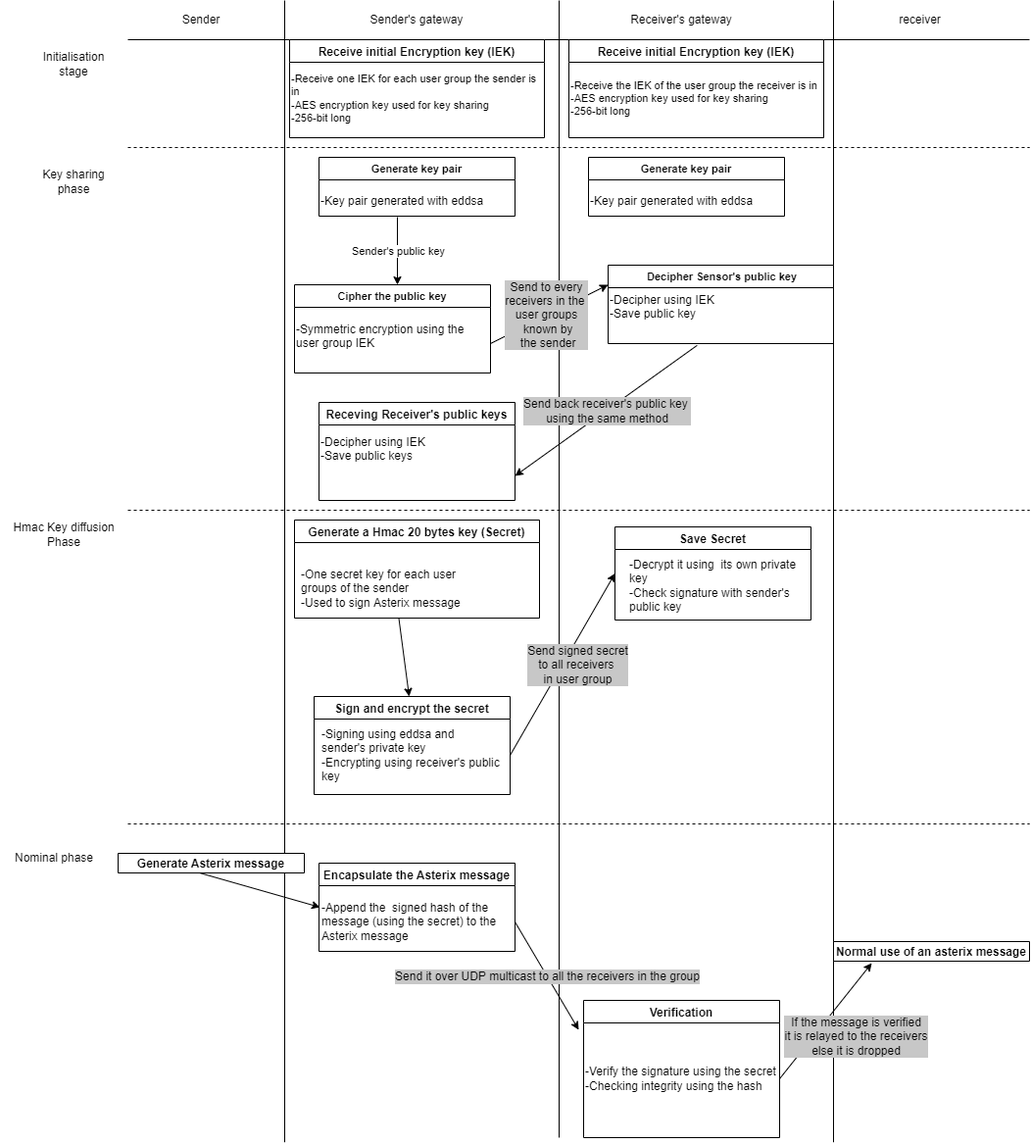
KirrimK/ASTERIX_cat0_sec_layer keeps this draw.io diagram as schema/AsterixPOCschema.drawio.png. Above is the earlier version. Source tidied: cells renumbered, new cells last; positions are measured from the earlier drawing's top-left corner, leaving out a move shared by most shapes.
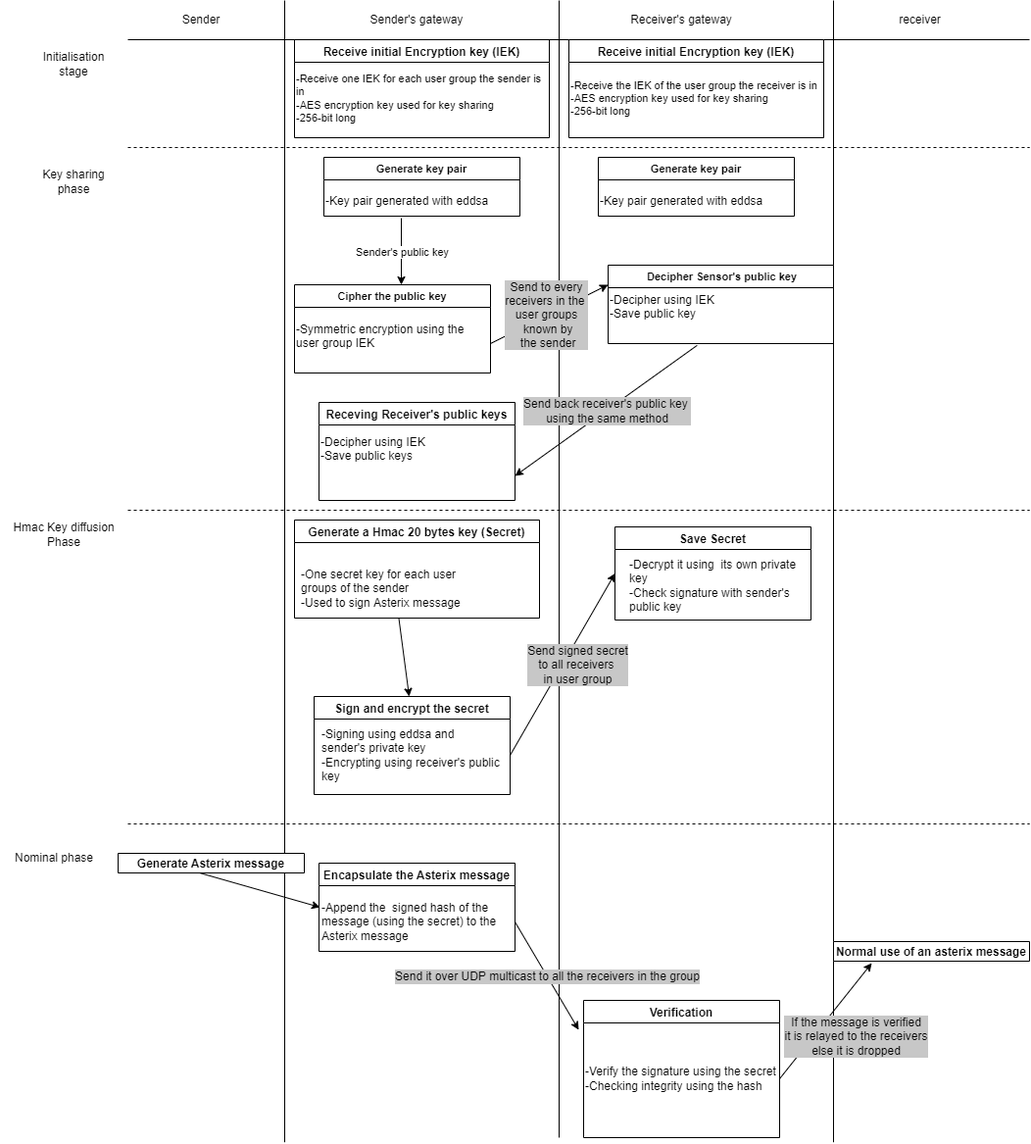
After the change.

Diff of the diagram source:
```diff
@@ -1,4 +1,4 @@
-<mxGraphModel>
+<mxGraphModel background="#ffffff">
   <root>
     <mxCell id="0" />
     <mxCell id="1" parent="0" />
@@ -20,9 +20,9 @@
         <mxPoint x="850" as="targetPoint" />
       </mxGeometry>
     </mxCell>
-    <mxCell id="5" style="endArrow=none;html=1;rounded=0;entryX=1;entryY=1;entryDx=0;entryDy=0;" parent="1" edge="1" target="9">
+    <mxCell id="5" style="endArrow=none;html=1;rounded=0;entryX=1;entryY=1;entryDx=0;entryDy=0;startArrow=none;" parent="1" edge="1" target="9">
       <mxGeometry relative="1" as="geometry">
-        <mxPoint x="130" y="40" as="sourcePoint" />
+        <mxPoint x="570" y="40" as="sourcePoint" />
       </mxGeometry>
     </mxCell>
     <mxCell id="6" value="Sender" style="text;html=1;strokeColor=none;fillColor=none;align=center;verticalAlign=middle;whiteSpace=wrap;rounded=0;" parent="1" vertex="1">
@@ -46,12 +46,6 @@
         <mxPoint x="1050" y="150" as="targetPoint" />
       </mxGeometry>
     </mxCell>
-    <mxCell id="12" value="Receive initial Encryption key (IEK)" style="swimlane;" parent="1" vertex="1">
-      <mxGeometry x="295" y="40" width="260" height="100" as="geometry" />
-    </mxCell>
-    <mxCell id="13" value="&lt;div style=&quot;font-size: 11px;&quot;&gt;&lt;font style=&quot;font-size: 11px;&quot;&gt;-Receive one IEK for each user group the sender is in&lt;/font&gt;&lt;/div&gt;&lt;div style=&quot;font-size: 11px;&quot;&gt;&lt;font style=&quot;font-size: 11px;&quot;&gt;-AES encryption key used for key sharing&lt;/font&gt;&lt;/div&gt;&lt;div style=&quot;font-size: 11px;&quot;&gt;&lt;font style=&quot;font-size: 11px;&quot;&gt;-256-bit long&lt;/font&gt;&lt;br&gt;&lt;/div&gt;" style="text;html=1;strokeColor=none;fillColor=none;align=left;verticalAlign=middle;whiteSpace=wrap;rounded=0;" parent="12" vertex="1">
-      <mxGeometry y="30" width="260" height="60" as="geometry" />
-    </mxCell>
     <mxCell id="14" value="Receive initial Encryption key (IEK)" style="swimlane;" parent="1" vertex="1">
       <mxGeometry x="580" y="40" width="260" height="100" as="geometry" />
     </mxCell>
@@ -62,15 +56,13 @@
       <mxGeometry x="40" y="170" width="70" height="30" as="geometry" />
     </mxCell>
     <mxCell id="17" value="Generate key pair" style="swimlane;fontSize=11;" parent="1" vertex="1">
-      <mxGeometry x="325" y="160" width="200" height="60" as="geometry" />
+      <mxGeometry x="330" y="160" width="200" height="60" as="geometry" />
     </mxCell>
     <mxCell id="18" value="-Key pair generated with eddsa " style="text;html=1;strokeColor=none;fillColor=none;align=left;verticalAlign=middle;whiteSpace=wrap;rounded=0;fontSize=12;" parent="17" vertex="1">
       <mxGeometry y="30" width="200" height="30" as="geometry" />
     </mxCell>
-    <mxCell id="19" style="endArrow=classic;html=1;rounded=0;fontSize=11;exitX=0.4;exitY=1.033;exitDx=0;exitDy=0;exitPerimeter=0;" parent="1" edge="1" source="18">
-      <mxGeometry relative="1" as="geometry">
-        <mxPoint x="405" y="290" as="targetPoint" />
-      </mxGeometry>
+    <mxCell id="19" style="endArrow=classic;html=1;rounded=0;fontSize=11;exitX=0.395;exitY=1.067;exitDx=0;exitDy=0;exitPerimeter=0;entryX=0.545;entryY=0;entryDx=0;entryDy=0;entryPerimeter=0;" parent="1" edge="1" source="18" target="21">
+      <mxGeometry relative="1" as="geometry" />
     </mxCell>
     <mxCell id="20" value="Sender's public key" style="edgeLabel;html=1;align=center;verticalAlign=middle;fontSize=11;" parent="19" vertex="1">
       <mxGeometry relative="1" as="geometry" />
@@ -90,7 +82,7 @@
       </mxGeometry>
     </mxCell>
     <mxCell id="25" value="Generate key pair" style="swimlane;fontSize=11;" parent="1" vertex="1">
-      <mxGeometry x="600" y="160" width="200" height="60" as="geometry" />
+      <mxGeometry x="610" y="160" width="200" height="60" as="geometry" />
     </mxCell>
     <mxCell id="26" value="-Key pair generated with eddsa " style="text;html=1;strokeColor=none;fillColor=none;align=left;verticalAlign=middle;whiteSpace=wrap;rounded=0;fontSize=12;" parent="25" vertex="1">
       <mxGeometry y="30" width="200" height="30" as="geometry" />
@@ -203,5 +195,17 @@
     <mxCell id="56" value="Normal use of an asterix message" style="swimlane;labelBackgroundColor=none;fontSize=12;" parent="1" vertex="1">
       <mxGeometry x="850" y="960" width="200" height="20" as="geometry" />
     </mxCell>
+    <mxCell id="12" value="Receive initial Encryption key (IEK)" style="swimlane;" parent="1" vertex="1">
+      <mxGeometry x="300" y="40" width="260" height="100" as="geometry" />
+    </mxCell>
+    <mxCell id="13" value="&lt;div style=&quot;font-size: 11px;&quot;&gt;&lt;font style=&quot;font-size: 11px;&quot;&gt;-Receive one IEK for each user group the sender is in&lt;/font&gt;&lt;/div&gt;&lt;div style=&quot;font-size: 11px;&quot;&gt;&lt;font style=&quot;font-size: 11px;&quot;&gt;-AES encryption key used for key sharing&lt;/font&gt;&lt;/div&gt;&lt;div style=&quot;font-size: 11px;&quot;&gt;&lt;font style=&quot;font-size: 11px;&quot;&gt;-256-bit long&lt;/font&gt;&lt;br&gt;&lt;/div&gt;" style="text;html=1;strokeColor=none;fillColor=none;align=left;verticalAlign=middle;whiteSpace=wrap;rounded=0;" parent="12" vertex="1">
+      <mxGeometry y="30" width="260" height="60" as="geometry" />
+    </mxCell>
+    <mxCell id="57" style="endArrow=none;html=1;rounded=0;" parent="1" edge="1">
+      <mxGeometry relative="1" as="geometry">
+        <mxPoint x="130" y="40" as="sourcePoint" />
+        <mxPoint x="570" y="40" as="targetPoint" />
+      </mxGeometry>
+    </mxCell>
   </root>
 </mxGraphModel>
```
